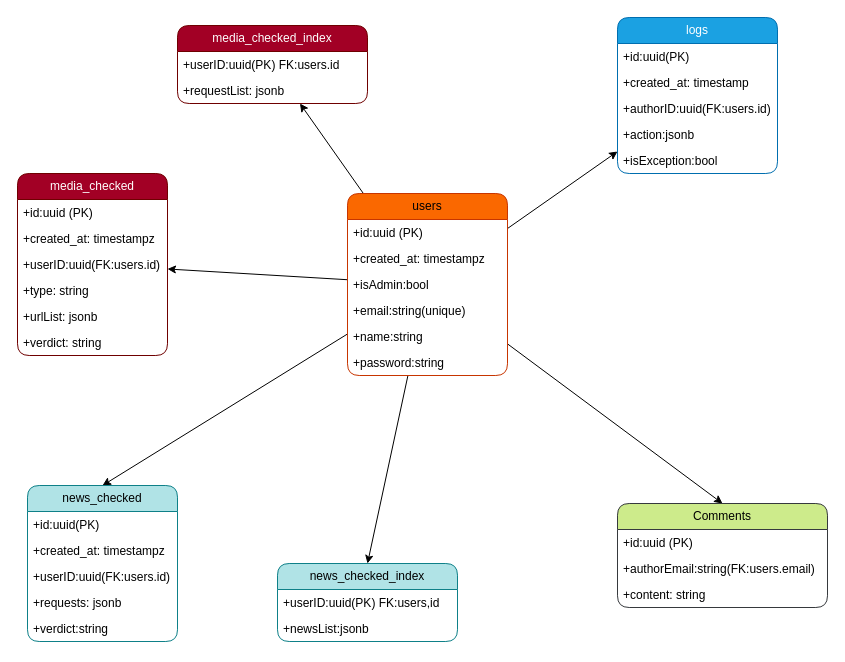
The draw.io diagram page "Database" (1 of 3) of .diagrams/diagram.drawio in juanvictorqwerty/AI_AND_FAKE_NEWS_DETECTOR-, before the edit. Source tidied: cells renumbered, new cells numbered last; positions are measured from the earlier drawing's top-left corner, leaving out a move shared by most shapes. Both pictures are drawn from the tidied source at 100%, with x=0, y=0 at pixel (17, 17).
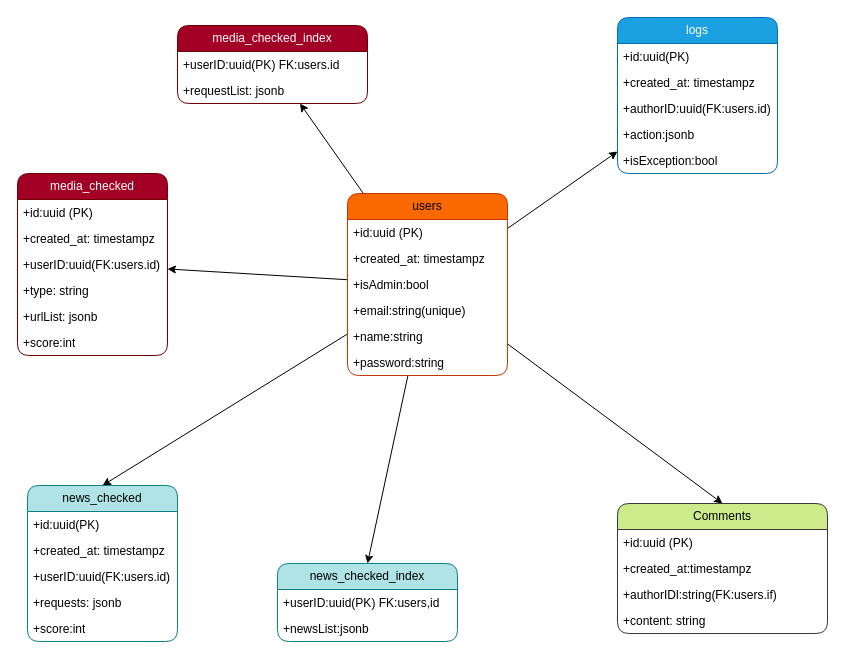
The same page after the edit.

Commit message (it also covers changes not shown here):
database design

Unchanged cells that the change refers to:
```xml
<mxCell id="15" value="media_checked" style="swimlane;fontStyle=0;horizontal=1;startSize=26;fillColor=#a20025;whiteSpace=wrap;html=1;rounded=1;fontColor=#ffffff;strokeColor=#6F0000;" parent="1" vertex="1">
  <mxGeometry y="156" width="150" height="182" as="geometry" />
</mxCell>
<mxCell id="22" value="logs" style="swimlane;fontStyle=0;horizontal=1;startSize=26;fillColor=#1ba1e2;whiteSpace=wrap;html=1;rounded=1;fontColor=#ffffff;strokeColor=#006EAF;" parent="1" vertex="1">
  <mxGeometry x="600" width="160" height="156" as="geometry" />
</mxCell>
<mxCell id="28" value="news_checked" style="swimlane;fontStyle=0;horizontal=1;startSize=26;fillColor=#b0e3e6;whiteSpace=wrap;html=1;rounded=1;strokeColor=#0e8088;" parent="1" vertex="1">
  <mxGeometry x="10" y="468" width="150" height="156" as="geometry" />
</mxCell>
```

What changed in the source:
```diff
@@
-    <mxCell id="21" value="+verdict: string" style="text;strokeColor=none;fillColor=none;align=left;verticalAlign=top;spacingLeft=4;spacingRight=4;overflow=hidden;whiteSpace=wrap;html=1;rounded=1;" parent="15" vertex="1">
+    <mxCell id="21" value="+score:int" style="text;strokeColor=none;fillColor=none;align=left;verticalAlign=top;spacingLeft=4;spacingRight=4;overflow=hidden;whiteSpace=wrap;html=1;rounded=1;" parent="15" vertex="1">
       <mxGeometry y="156" width="150" height="26" as="geometry" />
     </mxCell>
@@
-    <mxCell id="24" value="+created_at: timestamp" style="text;strokeColor=none;fillColor=none;align=left;verticalAlign=top;spacingLeft=4;spacingRight=4;overflow=hidden;whiteSpace=wrap;html=1;rounded=1;" parent="22" vertex="1">
+    <mxCell id="24" value="+created_at: timestampz" style="text;strokeColor=none;fillColor=none;align=left;verticalAlign=top;spacingLeft=4;spacingRight=4;overflow=hidden;whiteSpace=wrap;html=1;rounded=1;" parent="22" vertex="1">
       <mxGeometry y="52" width="160" height="26" as="geometry" />
     </mxCell>
@@
-    <mxCell id="33" value="+verdict:string" style="text;strokeColor=none;fillColor=none;align=left;verticalAlign=top;spacingLeft=4;spacingRight=4;overflow=hidden;whiteSpace=wrap;html=1;rounded=1;" parent="28" vertex="1">
+    <mxCell id="33" value="+score:int" style="text;strokeColor=none;fillColor=none;align=left;verticalAlign=top;spacingLeft=4;spacingRight=4;overflow=hidden;whiteSpace=wrap;html=1;rounded=1;" parent="28" vertex="1">
       <mxGeometry y="130" width="150" height="26" as="geometry" />
     </mxCell>
     <mxCell id="34" value="Comments" style="swimlane;fontStyle=0;horizontal=1;startSize=26;fillColor=#cdeb8b;whiteSpace=wrap;html=1;rounded=1;strokeColor=#36393d;" parent="1" vertex="1">
-      <mxGeometry x="600" y="486" width="210" height="104" as="geometry" />
+      <mxGeometry x="600" y="486" width="210" height="130" as="geometry" />
     </mxCell>
@@
+    <mxCell id="44" value="+created_at:timestampz" style="text;strokeColor=none;fillColor=none;align=left;verticalAlign=top;spacingLeft=4;spacingRight=4;overflow=hidden;whiteSpace=wrap;html=1;rounded=1;" parent="34" vertex="1">
+      <mxGeometry y="52" width="210" height="26" as="geometry" />
+    </mxCell>
-    <mxCell id="36" value="+authorEmail:string(FK:users.email)" style="text;strokeColor=none;fillColor=none;align=left;verticalAlign=top;spacingLeft=4;spacingRight=4;overflow=hidden;whiteSpace=wrap;html=1;rounded=1;" parent="34" vertex="1">
-      <mxGeometry y="52" width="210" height="26" as="geometry" />
+    <mxCell id="36" value="+authorIDl:string(FK:users.if)" style="text;strokeColor=none;fillColor=none;align=left;verticalAlign=top;spacingLeft=4;spacingRight=4;overflow=hidden;whiteSpace=wrap;html=1;rounded=1;" parent="34" vertex="1">
+      <mxGeometry y="78" width="210" height="26" as="geometry" />
     </mxCell>
     <mxCell id="37" value="+content: string" style="text;strokeColor=none;fillColor=none;align=left;verticalAlign=top;spacingLeft=4;spacingRight=4;overflow=hidden;whiteSpace=wrap;html=1;rounded=1;" parent="34" vertex="1">
-      <mxGeometry y="78" width="210" height="26" as="geometry" />
+      <mxGeometry y="104" width="210" height="26" as="geometry" />
     </mxCell>
```
